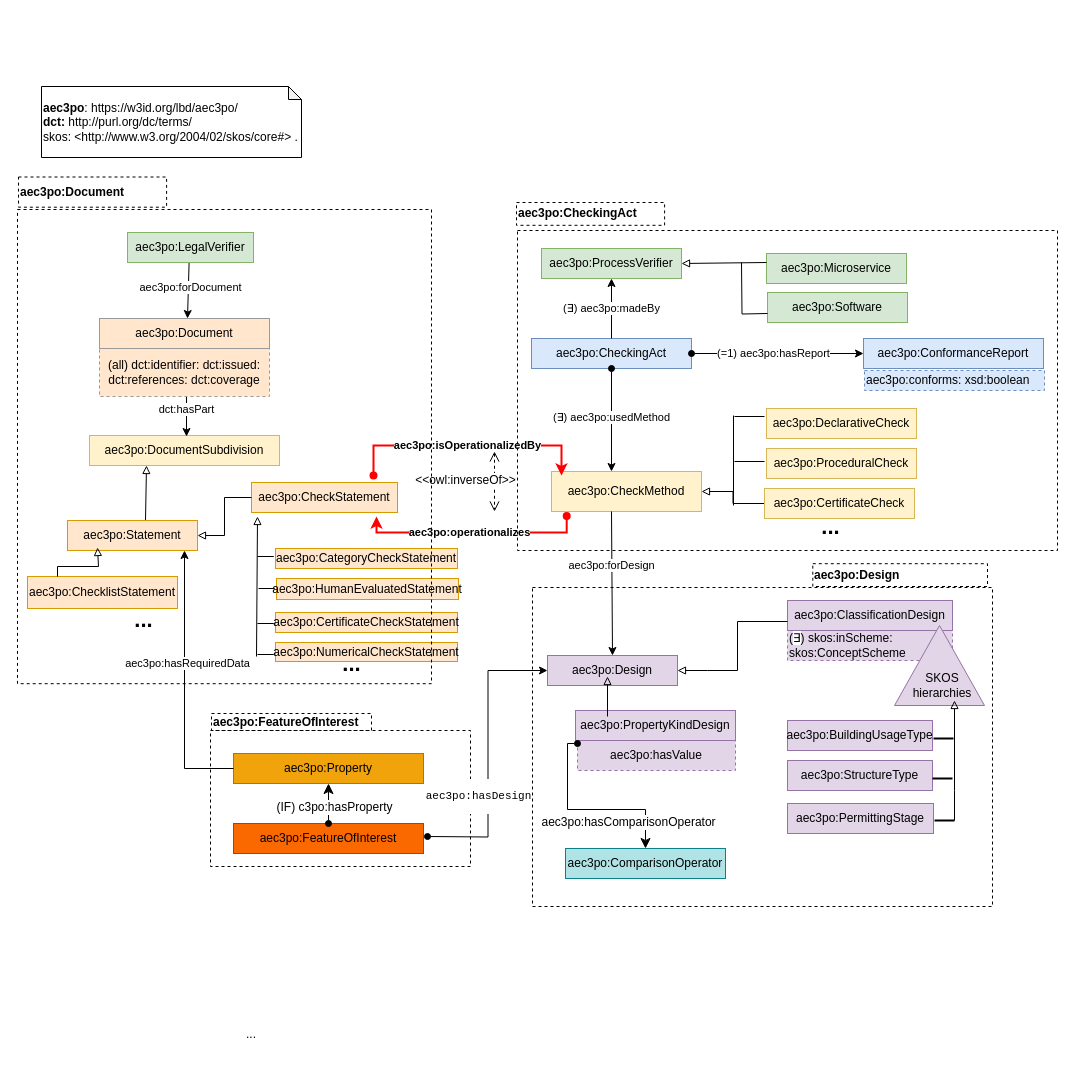
Above: page "Page-13" (13 of 14) of resources/aec3po.drawio in Accord-Project/aec3po (draw.io), before the change. Source tidied: cells renumbered, new cells numbered last; positions are measured from the earlier drawing's top-left corner, leaving out a move shared by most shapes. Both pictures are drawn from the tidied source at 100%, with x=0, y=0 at pixel (17, 17).
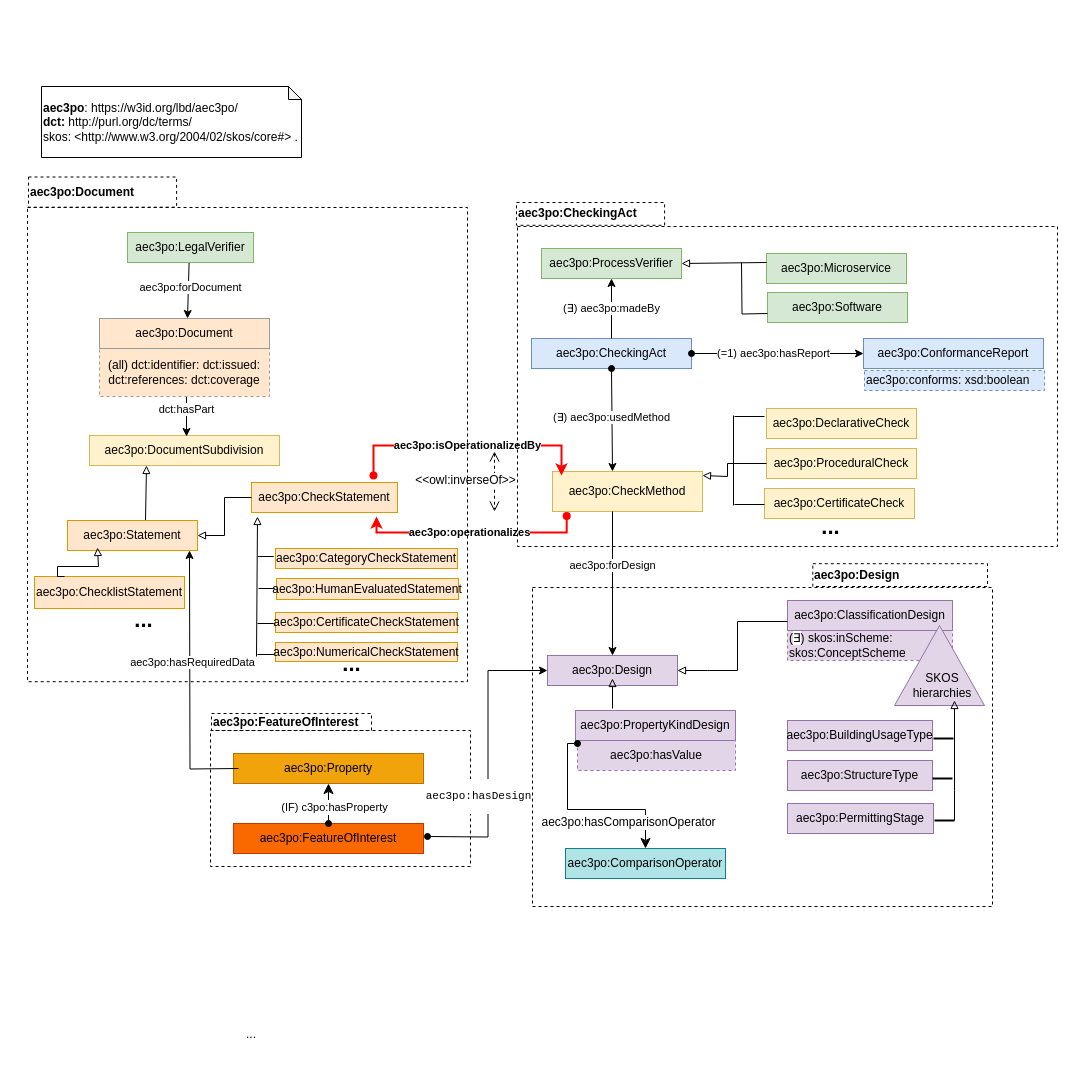
Above is the later version.

The change refers to these unchanged cells:
```xml
<mxCell id="6" value="aec3po:Property" style="rounded=0;whiteSpace=wrap;html=1;snapToPoint=1;points=[[0.1,0],[0.2,0],[0.3,0],[0.4,0],[0.5,0],[0.6,0],[0.7,0],[0.8,0],[0.9,0],[0,0.1],[0,0.3],[0,0.5],[0,0.7],[0,0.9],[0.1,1],[0.2,1],[0.3,1],[0.4,1],[0.5,1],[0.6,1],[0.7,1],[0.8,1],[0.9,1],[1,0.1],[1,0.3],[1,0.5],[1,0.7],[1,0.9]];fillColor=#f0a30a;fontColor=#000000;strokeColor=#BD7000;" parent="1" vertex="1">
  <mxGeometry x="216" y="736" width="190" height="30" as="geometry" />
</mxCell>
<mxCell id="8" value="aec3po:Statement" style="rounded=0;whiteSpace=wrap;html=1;snapToPoint=1;points=[[0.1,0],[0.2,0],[0.3,0],[0.4,0],[0.5,0],[0.6,0],[0.7,0],[0.8,0],[0.9,0],[0,0.1],[0,0.3],[0,0.5],[0,0.7],[0,0.9],[0.1,1],[0.2,1],[0.3,1],[0.4,1],[0.5,1],[0.6,1],[0.7,1],[0.8,1],[0.9,1],[1,0.1],[1,0.3],[1,0.5],[1,0.7],[1,0.9]];fillColor=#ffe6cc;strokeColor=#d79b00;" parent="1" vertex="1">
  <mxGeometry x="50" y="503" width="130" height="30" as="geometry" />
</mxCell>
<mxCell id="9" style="endArrow=classic;html=1;entryX=0.5;entryY=1;entryDx=0;entryDy=0;endSize=8;arcSize=0;rounded=0;startArrow=oval;startFill=1;exitX=0.5;exitY=0;exitDx=0;exitDy=0;" parent="1" edge="1" source="5" target="6">
  <mxGeometry relative="1" as="geometry" />
</mxCell>
<mxCell id="47" style="group;" parent="1" vertex="1">
  <mxGeometry x="24" width="390" height="511" as="geometry" />
</mxCell>
<mxCell id="61" value="aec3po:ProceduralCheck" style="rounded=0;whiteSpace=wrap;html=1;snapToPoint=1;points=[[0.1,0],[0.2,0],[0.3,0],[0.4,0],[0.5,0],[0.6,0],[0.7,0],[0.8,0],[0.9,0],[0,0.1],[0,0.3],[0,0.5],[0,0.7],[0,0.9],[0.1,1],[0.2,1],[0.3,1],[0.4,1],[0.5,1],[0.6,1],[0.7,1],[0.8,1],[0.9,1],[1,0.1],[1,0.3],[1,0.5],[1,0.7],[1,0.9]];fillColor=#fff2cc;strokeColor=#d6b656;" parent="1" vertex="1">
  <mxGeometry x="749" y="431" width="150" height="30" as="geometry" />
</mxCell>
<mxCell id="63" value="aec3po:CertificateCheck" style="rounded=0;whiteSpace=wrap;html=1;snapToPoint=1;points=[[0.1,0],[0.2,0],[0.3,0],[0.4,0],[0.5,0],[0.6,0],[0.7,0],[0.8,0],[0.9,0],[0,0.1],[0,0.3],[0,0.5],[0,0.7],[0,0.9],[0.1,1],[0.2,1],[0.3,1],[0.4,1],[0.5,1],[0.6,1],[0.7,1],[0.8,1],[0.9,1],[1,0.1],[1,0.3],[1,0.5],[1,0.7],[1,0.9]];fillColor=#fff2cc;strokeColor=#d6b656;" parent="1" vertex="1">
  <mxGeometry x="747" y="471" width="150" height="30" as="geometry" />
</mxCell>
```

The edit, as a diff of the source:
```diff
@@
-    <mxCell id="10" value="&lt;div&gt;(IF) c3po:hasProperty&lt;br&gt;&lt;/div&gt;" style="text;html=1;align=center;verticalAlign=middle;labelBackgroundColor=#ffffff;" parent="9" vertex="1">
+    <mxCell id="10" value="&lt;div&gt;&lt;font style=&quot;font-size: 11px;&quot;&gt;(IF) c3po:hasProperty&lt;/font&gt;&lt;br&gt;&lt;/div&gt;" style="text;html=1;align=center;verticalAlign=middle;labelBackgroundColor=#ffffff;" parent="9" vertex="1">
       <mxGeometry x="-0.13" relative="1" as="geometry">
         <mxPoint x="5" as="offset" />
       </mxGeometry>
     </mxCell>
@@
     <mxCell id="19" value="aec3po:CheckMethod" style="rounded=0;whiteSpace=wrap;html=1;snapToPoint=1;points=[[0.1,0],[0.2,0],[0.3,0],[0.4,0],[0.5,0],[0.6,0],[0.7,0],[0.8,0],[0.9,0],[0,0.1],[0,0.3],[0,0.5],[0,0.7],[0,0.9],[0.1,1],[0.2,1],[0.3,1],[0.4,1],[0.5,1],[0.6,1],[0.7,1],[0.8,1],[0.9,1],[1,0.1],[1,0.3],[1,0.5],[1,0.7],[1,0.9]];fillColor=#fff2cc;strokeColor=#d6b656;" parent="1" vertex="1">
-      <mxGeometry x="534" y="454" width="150" height="40" as="geometry" />
+      <mxGeometry x="535" y="454" width="150" height="40" as="geometry" />
     </mxCell>
@@
     <mxCell id="48" value="&lt;b&gt;&lt;font style=&quot;font-size: 12px;&quot;&gt;aec3po:Document&lt;/font&gt;&lt;/b&gt;" style="text;html=1;strokeColor=default;fillColor=none;align=left;verticalAlign=middle;whiteSpace=wrap;rounded=0;dashed=1;fontSize=9;" parent="47" vertex="1">
-      <mxGeometry x="-23" y="159.5" width="148.1" height="30.2" as="geometry" />
+      <mxGeometry x="-13" y="159.5" width="148.1" height="30.2" as="geometry" />
     </mxCell>
@@
-    <mxCell id="62" style="edgeStyle=orthogonalEdgeStyle;shape=connector;rounded=0;jettySize=auto;html=1;labelBackgroundColor=default;strokeColor=default;fontFamily=Helvetica;fontSize=11;fontColor=default;endArrow=block;endFill=0;" parent="1" edge="1" source="63" target="19">
-      <mxGeometry relative="1" as="geometry" />
+    <mxCell id="62" style="edgeStyle=orthogonalEdgeStyle;shape=connector;rounded=0;jettySize=auto;html=1;labelBackgroundColor=default;strokeColor=default;fontFamily=Helvetica;fontSize=11;fontColor=default;endArrow=block;endFill=0;exitX=0;exitY=0.5;exitDx=0;exitDy=0;" parent="1" edge="1" source="61" target="19">
+      <mxGeometry relative="1" as="geometry">
+        <Array as="points">
+          <mxPoint x="710" y="446" />
+          <mxPoint x="710" y="459" />
+        </Array>
+      </mxGeometry>
     </mxCell>
@@
     <mxCell id="67" style="rounded=0;whiteSpace=wrap;html=1;fontSize=9;fillColor=none;dashed=1;" parent="1" vertex="1">
-      <mxGeometry x="500" y="213" width="540" height="320" as="geometry" />
+      <mxGeometry x="500" y="209" width="540" height="320" as="geometry" />
     </mxCell>
     <mxCell id="68" style="endArrow=none;html=1;rounded=0;labelBackgroundColor=default;strokeColor=default;fontFamily=Helvetica;fontSize=11;fontColor=default;shape=connector;" parent="1" edge="1">
       <mxGeometry relative="1" as="geometry">
-        <mxPoint x="717" y="444" as="sourcePoint" />
-        <mxPoint x="747" y="444" as="targetPoint" />
+        <mxPoint x="717" y="487" as="sourcePoint" />
+        <mxPoint x="747" y="487" as="targetPoint" />
       </mxGeometry>
     </mxCell>
@@
     <mxCell id="79" value="aec3po:ChecklistStatement" style="rounded=0;whiteSpace=wrap;html=1;snapToPoint=1;points=[[0.1,0],[0.2,0],[0.3,0],[0.4,0],[0.5,0],[0.6,0],[0.7,0],[0.8,0],[0.9,0],[0,0.1],[0,0.3],[0,0.5],[0,0.7],[0,0.9],[0.1,1],[0.2,1],[0.3,1],[0.4,1],[0.5,1],[0.6,1],[0.7,1],[0.8,1],[0.9,1],[1,0.1],[1,0.3],[1,0.5],[1,0.7],[1,0.9]];fillColor=#ffe6cc;strokeColor=#d79b00;" parent="1" vertex="1">
-      <mxGeometry x="10" y="559" width="150" height="32" as="geometry" />
+      <mxGeometry x="17" y="559" width="150" height="32" as="geometry" />
     </mxCell>
@@
     <mxCell id="81" style="rounded=0;whiteSpace=wrap;html=1;fontSize=9;fillColor=none;dashed=1;" parent="1" vertex="1">
-      <mxGeometry y="192" width="414" height="474.2" as="geometry" />
+      <mxGeometry x="10" y="190" width="440" height="474.2" as="geometry" />
     </mxCell>
@@
-    <mxCell id="83" style="endArrow=classic;html=1;rounded=0;labelBackgroundColor=default;strokeColor=default;fontFamily=Helvetica;fontSize=11;fontColor=default;shape=connector;exitX=0;exitY=0.5;exitDx=0;exitDy=0;edgeStyle=orthogonalEdgeStyle;entryX=0.9;entryY=1;entryDx=0;entryDy=0;" parent="1" edge="1" source="6" target="8">
-      <mxGeometry relative="1" as="geometry" />
+    <mxCell id="83" style="endArrow=classic;html=1;rounded=0;labelBackgroundColor=default;strokeColor=default;fontFamily=Helvetica;fontSize=11;fontColor=default;shape=connector;exitX=0;exitY=0.5;exitDx=0;exitDy=0;edgeStyle=orthogonalEdgeStyle;entryX=0.9;entryY=1;entryDx=0;entryDy=0;" parent="1" edge="1">
+      <mxGeometry relative="1" as="geometry">
+        <mxPoint x="221" y="751" as="sourcePoint" />
+        <mxPoint x="172" y="533" as="targetPoint" />
+      </mxGeometry>
     </mxCell>
@@
     <mxCell id="90" style="endArrow=block;html=1;rounded=0;labelBackgroundColor=default;strokeColor=default;fontFamily=Helvetica;fontSize=11;fontColor=default;shape=connector;endFill=0;" parent="1" edge="1">
       <mxGeometry relative="1" as="geometry">
-        <mxPoint x="590" y="699" as="sourcePoint" />
-        <mxPoint x="590" y="659" as="targetPoint" />
+        <mxPoint x="595" y="691" as="sourcePoint" />
+        <mxPoint x="595" y="661" as="targetPoint" />
       </mxGeometry>
     </mxCell>
```
